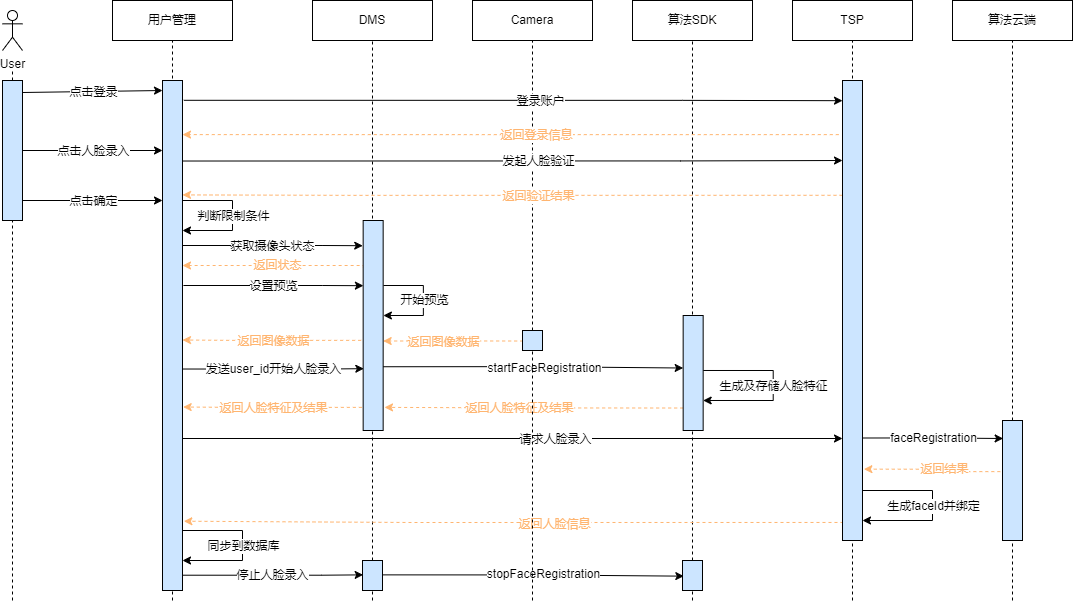
Earlier version of the draw.io export x9hp/人脸删除时序图.png (notigit/Image). Source tidied: cells renumbered, new cells last; positions are measured from the earlier drawing's top-left corner, leaving out a move shared by most shapes.
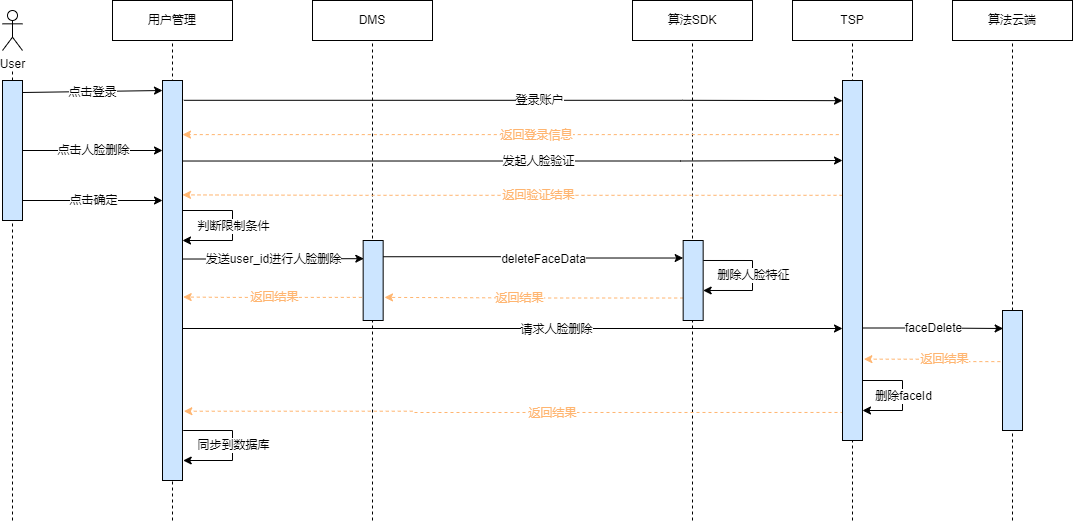
Above is the later version.

Commit message:
更新人脸删除时序图.png

Diff of the diagram source:
```diff
@@ -21,3 +21,3 @@
       <mxGeometry relative="1" as="geometry">
-        <mxPoint x="170" y="600" as="sourcePoint" />
+        <mxPoint x="170" y="520" as="sourcePoint" />
       </mxGeometry>
@@ -26,7 +26,7 @@
       <mxGeometry relative="1" as="geometry">
-        <mxPoint x="180.7" y="368.5" as="sourcePoint" />
-        <mxPoint x="361.3" y="368.2" as="targetPoint" />
+        <mxPoint x="180.7" y="258.5" as="sourcePoint" />
+        <mxPoint x="361.3" y="258.2" as="targetPoint" />
         <Array as="points">
-          <mxPoint x="320" y="368.5" />
-          <mxPoint x="320" y="368.5" />
+          <mxPoint x="220" y="258" />
+          <mxPoint x="220" y="258" />
         </Array>
@@ -34,3 +34,3 @@
     </mxCell>
-    <mxCell id="8" value="发送user_id开始人脸录入" style="edgeLabel;html=1;align=center;verticalAlign=middle;fontColor=#000000;" parent="7" vertex="1">
+    <mxCell id="8" value="发送user_id进行人脸删除" style="edgeLabel;html=1;align=center;verticalAlign=middle;fontColor=#000000;" parent="7" vertex="1">
       <mxGeometry x="-0.09" relative="1" as="geometry">
@@ -41,7 +41,7 @@
       <mxGeometry relative="1" as="geometry">
-        <mxPoint x="180" y="438" as="sourcePoint" />
-        <mxPoint x="840" y="438" as="targetPoint" />
+        <mxPoint x="180" y="328" as="sourcePoint" />
+        <mxPoint x="840" y="328" as="targetPoint" />
       </mxGeometry>
     </mxCell>
-    <mxCell id="10" value="请求人脸录入" style="edgeLabel;html=1;align=center;verticalAlign=middle;fontColor=#000000;" parent="9" vertex="1">
+    <mxCell id="10" value="请求人脸删除" style="edgeLabel;html=1;align=center;verticalAlign=middle;fontColor=#000000;" parent="9" vertex="1">
       <mxGeometry x="-0.13" relative="1" as="geometry">
@@ -52,3 +52,3 @@
       <mxGeometry relative="1" as="geometry">
-        <mxPoint x="850" y="600" as="sourcePoint" />
+        <mxPoint x="850" y="520" as="sourcePoint" />
       </mxGeometry>
@@ -57,6 +57,6 @@
       <mxGeometry relative="1" as="geometry">
-        <mxPoint x="860" y="437.5" as="sourcePoint" />
+        <mxPoint x="860" y="327.5" as="sourcePoint" />
       </mxGeometry>
     </mxCell>
-    <mxCell id="13" value="faceRegistration" style="edgeLabel;html=1;align=center;verticalAlign=middle;fontColor=#000000;" parent="12" vertex="1">
+    <mxCell id="13" value="faceDelete" style="edgeLabel;html=1;align=center;verticalAlign=middle;fontColor=#000000;" parent="12" vertex="1">
       <mxGeometry x="-0.29" y="3" relative="1" as="geometry">
@@ -68,4 +68,6 @@
     </mxCell>
-    <mxCell id="15" style="endArrow=none;dashed=1;html=1;rounded=0;startArrow=none;entryX=0.5;entryY=1;entryDx=0;entryDy=0;" parent="1" edge="1" source="82" target="14">
-      <mxGeometry relative="1" as="geometry" />
+    <mxCell id="15" style="endArrow=none;dashed=1;html=1;rounded=0;startArrow=none;entryX=0.5;entryY=1;entryDx=0;entryDy=0;" parent="1" edge="1" target="14">
+      <mxGeometry relative="1" as="geometry">
+        <mxPoint x="370" y="520" as="sourcePoint" />
+      </mxGeometry>
     </mxCell>
@@ -73,7 +75,7 @@
       <mxGeometry relative="1" as="geometry">
-        <mxPoint x="380" y="366.2" as="sourcePoint" />
-        <mxPoint x="680.7" y="367.5" as="targetPoint" />
+        <mxPoint x="380" y="256.2" as="sourcePoint" />
+        <mxPoint x="680.7" y="257.5" as="targetPoint" />
         <Array as="points">
-          <mxPoint x="530" y="366.5" />
-          <mxPoint x="530" y="367.5" />
+          <mxPoint x="530" y="256.5" />
+          <mxPoint x="530" y="257.5" />
         </Array>
@@ -86,37 +88,5 @@
     </mxCell>
-    <mxCell id="18" value="startFaceRegistration" style="edgeLabel;html=1;align=center;verticalAlign=middle;fontColor=#000000;" parent="16" vertex="1">
+    <mxCell id="18" value="deleteFaceData" style="edgeLabel;html=1;align=center;verticalAlign=middle;fontColor=#000000;" parent="16" vertex="1">
       <mxGeometry x="0.07" y="-1" relative="1" as="geometry" />
     </mxCell>
-    <mxCell id="19" value="Camera" style="rounded=0;whiteSpace=wrap;html=1;" parent="1" vertex="1">
-      <mxGeometry x="470" width="120" height="40" as="geometry" />
-    </mxCell>
-    <mxCell id="20" style="endArrow=none;dashed=1;html=1;rounded=0;startArrow=none;entryX=0.5;entryY=1;entryDx=0;entryDy=0;" parent="1" edge="1" source="84" target="19">
-      <mxGeometry relative="1" as="geometry" />
-    </mxCell>
-    <mxCell id="21" style="edgeStyle=orthogonalEdgeStyle;rounded=0;orthogonalLoop=1;jettySize=auto;html=1;dashed=1;strokeColor=#FFB570;" parent="1" edge="1">
-      <mxGeometry relative="1" as="geometry">
-        <mxPoint x="520.7" y="340.5" as="sourcePoint" />
-        <mxPoint x="380.7" y="340.5" as="targetPoint" />
-        <Array as="points">
-          <mxPoint x="440.7" y="340.5" />
-          <mxPoint x="440.7" y="340.5" />
-        </Array>
-      </mxGeometry>
-    </mxCell>
-    <mxCell id="22" value="返回图像数据" style="edgeLabel;html=1;align=center;verticalAlign=middle;fontColor=#FFB570;" parent="21" vertex="1">
-      <mxGeometry x="0.14" y="1" relative="1" as="geometry" />
-    </mxCell>
-    <mxCell id="23" style="endArrow=classic;html=1;rounded=0;fontSize=11;edgeStyle=orthogonalEdgeStyle;" parent="1" edge="1">
-      <mxGeometry relative="1" as="geometry">
-        <mxPoint x="380.9" y="285" as="sourcePoint" />
-        <mxPoint x="380.9" y="315" as="targetPoint" />
-        <Array as="points">
-          <mxPoint x="420.9" y="285" />
-          <mxPoint x="420.9" y="315" />
-        </Array>
-      </mxGeometry>
-    </mxCell>
-    <mxCell id="24" value="开始预览" style="edgeLabel;html=1;align=center;verticalAlign=middle;fontSize=11;fillColor=#CCE5FF;" parent="23" vertex="1">
-      <mxGeometry relative="1" as="geometry" />
-    </mxCell>
     <mxCell id="25" value="算法SDK" style="rounded=0;whiteSpace=wrap;html=1;" parent="1" vertex="1">
@@ -124,4 +94,6 @@
     </mxCell>
-    <mxCell id="26" style="endArrow=none;dashed=1;html=1;rounded=0;startArrow=none;entryX=0.5;entryY=1;entryDx=0;entryDy=0;" parent="1" edge="1" source="80" target="25">
-      <mxGeometry relative="1" as="geometry" />
+    <mxCell id="26" style="endArrow=none;dashed=1;html=1;rounded=0;startArrow=none;entryX=0.5;entryY=1;entryDx=0;entryDy=0;" parent="1" edge="1" target="25">
+      <mxGeometry relative="1" as="geometry">
+        <mxPoint x="690" y="520" as="sourcePoint" />
+      </mxGeometry>
     </mxCell>
@@ -135,7 +107,7 @@
       <mxGeometry relative="1" as="geometry">
-        <mxPoint x="680.7" y="407.5" as="sourcePoint" />
-        <mxPoint x="382" y="406.9" as="targetPoint" />
+        <mxPoint x="680.7" y="297.5" as="sourcePoint" />
+        <mxPoint x="382" y="296.9" as="targetPoint" />
         <Array as="points">
-          <mxPoint x="531" y="407.5" />
-          <mxPoint x="531" y="406.5" />
+          <mxPoint x="531" y="297.5" />
+          <mxPoint x="531" y="296.5" />
         </Array>
@@ -143,3 +115,3 @@
     </mxCell>
-    <mxCell id="30" value="返回人脸特征及结果" style="edgeLabel;html=1;align=center;verticalAlign=middle;fontColor=#FFB570;" parent="29" vertex="1">
+    <mxCell id="30" value="返回结果" style="edgeLabel;html=1;align=center;verticalAlign=middle;fontColor=#FFB570;" parent="29" vertex="1">
       <mxGeometry x="0.1" relative="1" as="geometry" />
@@ -148,7 +120,7 @@
       <mxGeometry relative="1" as="geometry">
-        <mxPoint x="359.3" y="406.9" as="sourcePoint" />
-        <mxPoint x="180.7" y="406.5" as="targetPoint" />
+        <mxPoint x="359.3" y="296.9" as="sourcePoint" />
+        <mxPoint x="180.7" y="296.5" as="targetPoint" />
         <Array as="points">
-          <mxPoint x="230" y="406.5" />
-          <mxPoint x="230" y="406.5" />
+          <mxPoint x="230" y="296.5" />
+          <mxPoint x="230" y="296.5" />
         </Array>
@@ -156,3 +128,3 @@
     </mxCell>
-    <mxCell id="32" value="返回人脸特征及结果" style="edgeLabel;html=1;align=center;verticalAlign=middle;fontColor=#FFB570;" parent="31" vertex="1">
+    <mxCell id="32" value="返回结果" style="edgeLabel;html=1;align=center;verticalAlign=middle;fontColor=#FFB570;" parent="31" vertex="1">
       <mxGeometry x="0.1" relative="1" as="geometry">
@@ -162,3 +134,3 @@
     <mxCell id="33" style="rounded=0;whiteSpace=wrap;html=1;fillColor=#CCE5FF;" parent="1" vertex="1">
-      <mxGeometry x="1000" y="420" width="20" height="120" as="geometry" />
+      <mxGeometry x="1000" y="310" width="20" height="120" as="geometry" />
     </mxCell>
@@ -166,3 +138,3 @@
       <mxGeometry relative="1" as="geometry">
-        <mxPoint x="1010" y="600" as="sourcePoint" />
+        <mxPoint x="1010" y="520" as="sourcePoint" />
       </mxGeometry>
@@ -171,3 +143,3 @@
       <mxGeometry relative="1" as="geometry">
-        <mxPoint x="861.4" y="468.7" as="targetPoint" />
+        <mxPoint x="861.4" y="358.7" as="targetPoint" />
       </mxGeometry>
@@ -181,7 +153,7 @@
       <mxGeometry relative="1" as="geometry">
-        <mxPoint x="841" y="522" as="sourcePoint" />
-        <mxPoint x="181.3" y="520.7" as="targetPoint" />
+        <mxPoint x="841" y="412" as="sourcePoint" />
+        <mxPoint x="181.3" y="410.7" as="targetPoint" />
         <Array as="points">
-          <mxPoint x="410" y="522" />
-          <mxPoint x="410" y="521" />
+          <mxPoint x="410" y="412" />
+          <mxPoint x="410" y="411" />
         </Array>
@@ -189,3 +161,3 @@
     </mxCell>
-    <mxCell id="38" value="返回人脸信息" style="edgeLabel;html=1;align=center;verticalAlign=middle;fontSize=11;fillColor=#FFB570;fontColor=#FFB570;" parent="37" vertex="1">
+    <mxCell id="38" value="返回结果" style="edgeLabel;html=1;align=center;verticalAlign=middle;fontSize=11;fillColor=#FFB570;fontColor=#FFB570;" parent="37" vertex="1">
       <mxGeometry x="-0.16" y="1" relative="1" as="geometry">
@@ -194,20 +166,5 @@
     </mxCell>
-    <mxCell id="39" style="edgeStyle=orthogonalEdgeStyle;rounded=0;orthogonalLoop=1;jettySize=auto;html=1;fontColor=#FFB570;strokeColor=#000000;exitX=1;exitY=0.32;exitDx=0;exitDy=0;exitPerimeter=0;" parent="1" edge="1">
-      <mxGeometry relative="1" as="geometry">
-        <mxPoint x="180.9" y="285" as="sourcePoint" />
-        <mxPoint x="360.9" y="285.2" as="targetPoint" />
-        <Array as="points">
-          <mxPoint x="320.2" y="285.2" />
-          <mxPoint x="320.2" y="285.2" />
-        </Array>
-      </mxGeometry>
-    </mxCell>
-    <mxCell id="40" value="设置预览" style="edgeLabel;html=1;align=center;verticalAlign=middle;fontColor=#000000;" parent="39" vertex="1">
-      <mxGeometry x="-0.09" relative="1" as="geometry">
-        <mxPoint x="8" as="offset" />
-      </mxGeometry>
-    </mxCell>
     <mxCell id="41" style="endArrow=none;dashed=1;html=1;rounded=0;" parent="1" edge="1">
       <mxGeometry relative="1" as="geometry">
-        <mxPoint x="10" y="600" as="sourcePoint" />
+        <mxPoint x="10" y="520" as="sourcePoint" />
         <mxPoint x="10" y="120" as="targetPoint" />
@@ -276,7 +233,7 @@
       <mxGeometry relative="1" as="geometry">
-        <mxPoint x="700.7" y="370" as="sourcePoint" />
-        <mxPoint x="700.7" y="400" as="targetPoint" />
+        <mxPoint x="700.7" y="260" as="sourcePoint" />
+        <mxPoint x="700.7" y="290" as="targetPoint" />
         <Array as="points">
-          <mxPoint x="770.7" y="370.5" />
-          <mxPoint x="770.7" y="400.5" />
+          <mxPoint x="750" y="260" />
+          <mxPoint x="750" y="290" />
         </Array>
@@ -284,3 +241,3 @@
     </mxCell>
-    <mxCell id="51" value="生成及存储人脸特征" style="edgeLabel;html=1;align=center;verticalAlign=middle;fontSize=11;fillColor=#CCE5FF;" parent="50" vertex="1">
+    <mxCell id="51" value="删除人脸特征" style="edgeLabel;html=1;align=center;verticalAlign=middle;fontSize=11;fillColor=#CCE5FF;" parent="50" vertex="1">
       <mxGeometry relative="1" as="geometry" />
@@ -289,7 +246,7 @@
       <mxGeometry relative="1" as="geometry">
-        <mxPoint x="860" y="490" as="sourcePoint" />
-        <mxPoint x="860" y="520" as="targetPoint" />
+        <mxPoint x="860" y="380" as="sourcePoint" />
+        <mxPoint x="860" y="410" as="targetPoint" />
         <Array as="points">
-          <mxPoint x="930" y="490.5" />
-          <mxPoint x="930" y="520.5" />
+          <mxPoint x="900" y="380" />
+          <mxPoint x="900" y="410" />
         </Array>
@@ -297,18 +254,5 @@
     </mxCell>
-    <mxCell id="53" value="生成faceId并绑定" style="edgeLabel;html=1;align=center;verticalAlign=middle;fontSize=11;fillColor=#CCE5FF;" parent="52" vertex="1">
+    <mxCell id="53" value="删除faceId" style="edgeLabel;html=1;align=center;verticalAlign=middle;fontSize=11;fillColor=#CCE5FF;" parent="52" vertex="1">
       <mxGeometry relative="1" as="geometry" />
     </mxCell>
-    <mxCell id="54" style="endArrow=classic;html=1;rounded=0;fontSize=11;edgeStyle=orthogonalEdgeStyle;" parent="1" edge="1">
-      <mxGeometry relative="1" as="geometry">
-        <mxPoint x="180" y="530" as="sourcePoint" />
-        <mxPoint x="180" y="560" as="targetPoint" />
-        <Array as="points">
-          <mxPoint x="240" y="530" />
-          <mxPoint x="240" y="560" />
-        </Array>
-      </mxGeometry>
-    </mxCell>
-    <mxCell id="55" value="同步到数据库" style="edgeLabel;html=1;align=center;verticalAlign=middle;fontSize=11;fillColor=#CCE5FF;" parent="54" vertex="1">
-      <mxGeometry relative="1" as="geometry" />
-    </mxCell>
     <mxCell id="56" style="endArrow=classic;html=1;rounded=0;" parent="1" edge="1">
@@ -324,3 +268,3 @@
     </mxCell>
-    <mxCell id="58" value="点击人脸录入" style="edgeLabel;html=1;align=center;verticalAlign=middle;fontSize=6;" parent="56" vertex="1">
+    <mxCell id="58" value="点击人脸删除" style="edgeLabel;html=1;align=center;verticalAlign=middle;fontSize=6;" parent="56" vertex="1">
       <mxGeometry x="-0.15" relative="1" as="geometry">
@@ -366,7 +310,7 @@
       <mxGeometry relative="1" as="geometry">
-        <mxPoint x="180" y="200" as="sourcePoint" />
-        <mxPoint x="180" y="230" as="targetPoint" />
+        <mxPoint x="180" y="210" as="sourcePoint" />
+        <mxPoint x="180" y="240" as="targetPoint" />
         <Array as="points">
-          <mxPoint x="230" y="200" />
-          <mxPoint x="230" y="230" />
+          <mxPoint x="230" y="210" />
+          <mxPoint x="230" y="240" />
         </Array>
@@ -378,110 +322,26 @@
     <mxCell id="68" style="rounded=0;whiteSpace=wrap;html=1;fillColor=#CCE5FF;" parent="1" vertex="1">
-      <mxGeometry x="680.7" y="315" width="20" height="115" as="geometry" />
+      <mxGeometry x="680.7" y="240" width="20" height="80" as="geometry" />
     </mxCell>
-    <mxCell id="69" style="edgeStyle=orthogonalEdgeStyle;rounded=0;orthogonalLoop=1;jettySize=auto;html=1;entryX=0.033;entryY=0.629;entryDx=0;entryDy=0;entryPerimeter=0;fontColor=#FFB570;strokeColor=#000000;" parent="1" edge="1">
-      <mxGeometry relative="1" as="geometry">
-        <mxPoint x="180" y="574.7" as="sourcePoint" />
-        <mxPoint x="360.7" y="574.4" as="targetPoint" />
-        <Array as="points">
-          <mxPoint x="319.3" y="574.7" />
-          <mxPoint x="319.3" y="574.7" />
-        </Array>
-      </mxGeometry>
-    </mxCell>
-    <mxCell id="70" value="停止人脸录入" style="edgeLabel;html=1;align=center;verticalAlign=middle;fontColor=#000000;" parent="69" vertex="1">
-      <mxGeometry x="-0.09" relative="1" as="geometry">
-        <mxPoint x="8" as="offset" />
-      </mxGeometry>
-    </mxCell>
-    <mxCell id="71" style="edgeStyle=orthogonalEdgeStyle;rounded=0;orthogonalLoop=1;jettySize=auto;html=1;exitX=0.967;exitY=0.617;exitDx=0;exitDy=0;fontColor=#FFB570;strokeColor=#000000;entryX=0;entryY=0.25;entryDx=0;entryDy=0;exitPerimeter=0;" parent="1" edge="1">
-      <mxGeometry relative="1" as="geometry">
-        <mxPoint x="380.7" y="574.4" as="sourcePoint" />
-        <mxPoint x="681.3" y="575.6" as="targetPoint" />
-        <Array as="points">
-          <mxPoint x="531" y="575.4" />
-        </Array>
-      </mxGeometry>
-    </mxCell>
-    <mxCell id="72" value="stopFaceRegistration" style="edgeLabel;html=1;align=center;verticalAlign=middle;fontColor=#000000;" parent="71" vertex="1">
-      <mxGeometry x="0.09" y="-3" relative="1" as="geometry">
-        <mxPoint x="-3" y="-4" as="offset" />
-      </mxGeometry>
-    </mxCell>
-    <mxCell id="73" style="edgeStyle=orthogonalEdgeStyle;rounded=0;orthogonalLoop=1;jettySize=auto;html=1;fontColor=#FFB570;strokeColor=#000000;exitX=1;exitY=0.32;exitDx=0;exitDy=0;exitPerimeter=0;" parent="1" edge="1">
-      <mxGeometry relative="1" as="geometry">
-        <mxPoint x="180.2" y="245" as="sourcePoint" />
-        <mxPoint x="360.2" y="245.2" as="targetPoint" />
-        <Array as="points">
-          <mxPoint x="319.6" y="245.2" />
-          <mxPoint x="319.6" y="245.2" />
-        </Array>
-      </mxGeometry>
-    </mxCell>
-    <mxCell id="74" value="获取摄像头状态" style="edgeLabel;html=1;align=center;verticalAlign=middle;fontColor=#000000;" parent="73" vertex="1">
-      <mxGeometry x="-0.09" relative="1" as="geometry">
-        <mxPoint x="8" as="offset" />
-      </mxGeometry>
-    </mxCell>
-    <mxCell id="75" style="edgeStyle=orthogonalEdgeStyle;rounded=0;orthogonalLoop=1;jettySize=auto;html=1;exitX=0.01;exitY=0.408;exitDx=0;exitDy=0;dashed=1;fontColor=#FFB570;strokeColor=#FFB570;exitPerimeter=0;entryX=0.967;entryY=0.441;entryDx=0;entryDy=0;entryPerimeter=0;" parent="1" edge="1">
-      <mxGeometry relative="1" as="geometry">
-        <mxPoint x="360.9" y="267.3" as="sourcePoint" />
-        <mxPoint x="180" y="266" as="targetPoint" />
-        <Array as="points">
-          <mxPoint x="360.7" y="265" />
-        </Array>
-      </mxGeometry>
-    </mxCell>
-    <mxCell id="76" value="返回状态" style="edgeLabel;html=1;align=center;verticalAlign=middle;fontColor=#FFB570;" parent="75" vertex="1">
-      <mxGeometry x="-0.06" y="-1" relative="1" as="geometry">
-        <mxPoint x="-2" as="offset" />
-      </mxGeometry>
-    </mxCell>
     <mxCell id="77" style="rounded=0;whiteSpace=wrap;html=1;fillColor=#CCE5FF;" parent="1" vertex="1">
-      <mxGeometry x="360.7" y="220" width="20" height="210" as="geometry" />
+      <mxGeometry x="360.7" y="240" width="20" height="80" as="geometry" />
     </mxCell>
     <mxCell id="78" style="rounded=0;whiteSpace=wrap;html=1;fillColor=#CCE5FF;" parent="1" vertex="1">
-      <mxGeometry x="160" y="80" width="20" height="510" as="geometry" />
+      <mxGeometry x="160" y="80" width="20" height="400" as="geometry" />
     </mxCell>
     <mxCell id="79" style="rounded=0;whiteSpace=wrap;html=1;fillColor=#CCE5FF;" parent="1" vertex="1">
-      <mxGeometry x="840" y="80" width="20" height="460" as="geometry" />
+      <mxGeometry x="840" y="80" width="20" height="360" as="geometry" />
     </mxCell>
-    <mxCell id="80" style="rounded=0;whiteSpace=wrap;html=1;fillColor=#CCE5FF;" parent="1" vertex="1">
-      <mxGeometry x="680" y="560" width="20" height="30" as="geometry" />
-    </mxCell>
-    <mxCell id="81" style="endArrow=none;dashed=1;html=1;rounded=0;startArrow=none;entryX=0.5;entryY=1;entryDx=0;entryDy=0;" parent="1" edge="1" target="80">
-      <mxGeometry relative="1" as="geometry">
-        <mxPoint x="690" y="600" as="sourcePoint" />
-      </mxGeometry>
-    </mxCell>
-    <mxCell id="82" style="rounded=0;whiteSpace=wrap;html=1;fillColor=#CCE5FF;" parent="1" vertex="1">
-      <mxGeometry x="360" y="560" width="20" height="30" as="geometry" />
-    </mxCell>
-    <mxCell id="83" style="endArrow=none;dashed=1;html=1;rounded=0;startArrow=none;entryX=0.5;entryY=1;entryDx=0;entryDy=0;" parent="1" edge="1" target="82">
-      <mxGeometry relative="1" as="geometry">
-        <mxPoint x="370" y="600" as="sourcePoint" />
-      </mxGeometry>
-    </mxCell>
-    <mxCell id="84" style="rounded=0;whiteSpace=wrap;html=1;fillColor=#CCE5FF;" parent="1" vertex="1">
-      <mxGeometry x="520" y="330" width="20" height="20" as="geometry" />
-    </mxCell>
-    <mxCell id="85" style="endArrow=none;dashed=1;html=1;rounded=0;startArrow=none;entryX=0.5;entryY=1;entryDx=0;entryDy=0;" parent="1" edge="1" target="84">
-      <mxGeometry relative="1" as="geometry">
-        <mxPoint x="530" y="600" as="sourcePoint" />
-      </mxGeometry>
-    </mxCell>
-    <mxCell id="86" style="edgeStyle=orthogonalEdgeStyle;rounded=0;orthogonalLoop=1;jettySize=auto;html=1;exitX=-0.067;exitY=0.871;exitDx=0;exitDy=0;fontColor=#000000;strokeColor=#FFB570;dashed=1;exitPerimeter=0;" parent="1" edge="1">
-      <mxGeometry relative="1" as="geometry">
-        <mxPoint x="358.7" y="339.9" as="sourcePoint" />
-        <mxPoint x="180" y="339.5" as="targetPoint" />
-        <Array as="points">
-          <mxPoint x="229.3" y="339.5" />
-          <mxPoint x="229.3" y="339.5" />
-        </Array>
-      </mxGeometry>
-    </mxCell>
-    <mxCell id="87" value="返回图像数据" style="edgeLabel;html=1;align=center;verticalAlign=middle;fontColor=#FFB570;" parent="86" vertex="1">
-      <mxGeometry x="0.1" relative="1" as="geometry">
-        <mxPoint x="10" as="offset" />
-      </mxGeometry>
-    </mxCell>
+    <mxCell id="88" style="endArrow=classic;html=1;rounded=0;fontSize=11;edgeStyle=orthogonalEdgeStyle;" parent="1" edge="1">
+      <mxGeometry relative="1" as="geometry">
+        <mxPoint x="180.7" y="430" as="sourcePoint" />
+        <mxPoint x="180.7" y="460" as="targetPoint" />
+        <Array as="points">
+          <mxPoint x="230" y="430" />
+          <mxPoint x="230" y="460" />
+        </Array>
+      </mxGeometry>
+    </mxCell>
+    <mxCell id="55" value="同步到数据库" style="edgeLabel;html=1;align=center;verticalAlign=middle;fontSize=11;fillColor=#CCE5FF;" parent="88" vertex="1">
+      <mxGeometry relative="1" as="geometry" />
+    </mxCell>
   </root>
```
